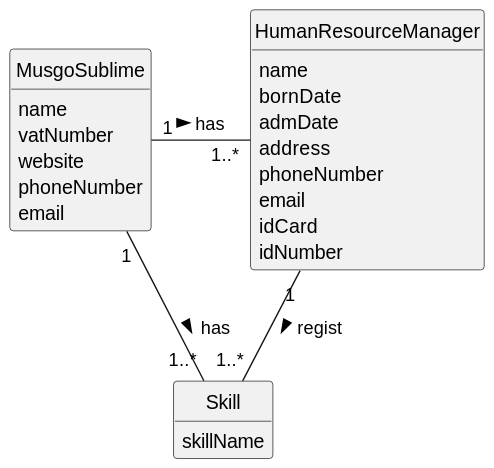
Earlier version of the PlantUML export docs/sprintA/us001/02.analysis/svg/us001-domain-model.svg (1231360-ISEP/lei-24-s2-1db-g021).
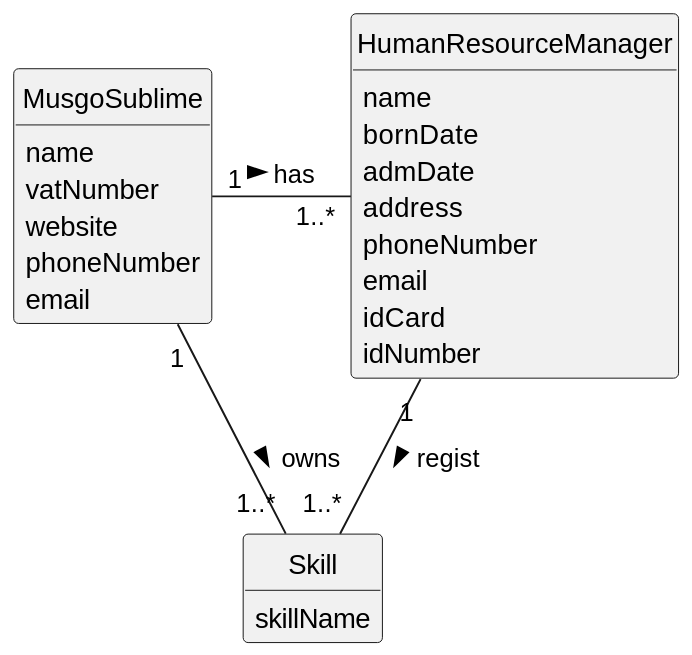
The same diagram one commit later.

Commit message:
Update the US01 and US05 Domain Model.

The edit, as a diff of the source:
```diff
@@ -33,6 +33,6 @@
 
 
 MusgoSublime "1" - "1..*" HumanResourceManager: has >
-MusgoSublime "1" - "1..*" Skill: has >
+MusgoSublime "1" - "1..*" Skill: owns >
 HumanResourceManager "1" -- "1..*" Skill : regist >
 @enduml
```
